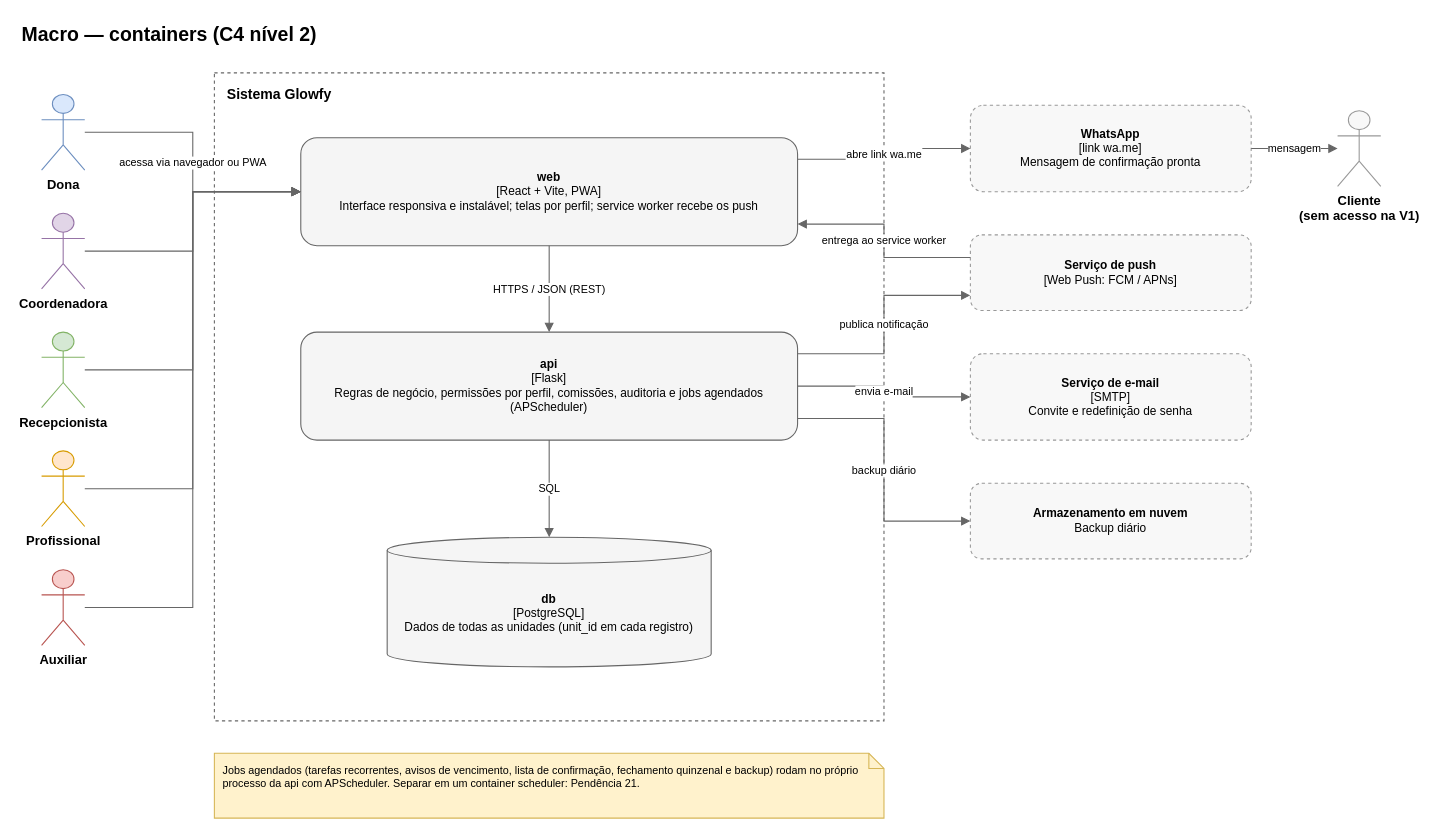
This is page "Macro" (2 of 17) of docs/domain/domain.drawio from vitrolagg/glowfy, a draw.io file, before an edit. Source tidied: cells renumbered, new cells numbered last; positions are measured from the earlier drawing's top-left corner, leaving out a move shared by most shapes. Both pictures are drawn from the tidied source at 108%, with x=0, y=0 at pixel (19, 18).
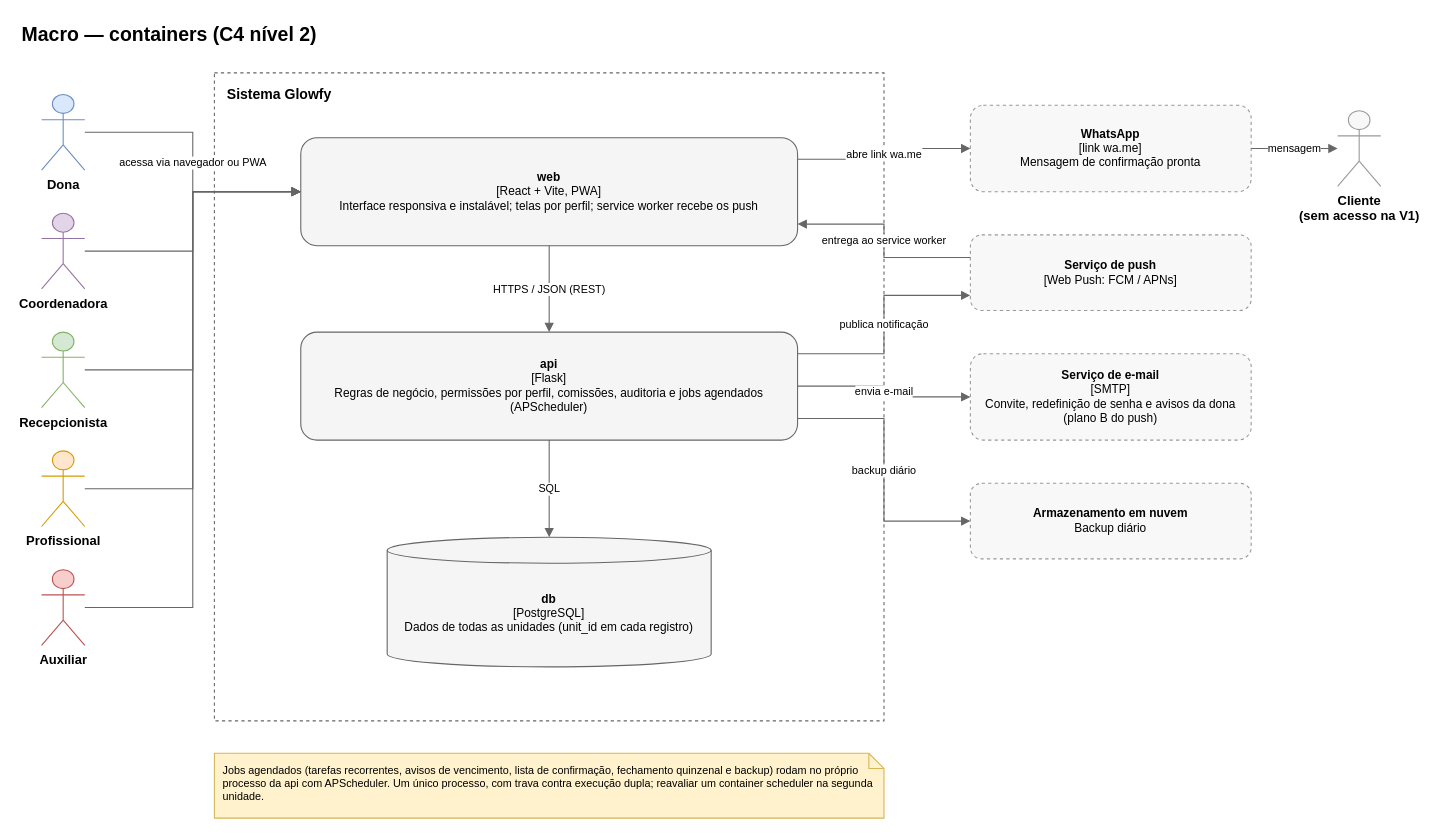
Above is the later version.

Diff of the diagram source:
```diff
@@
-    <mxCell id="14" value="&lt;b&gt;Serviço de e-mail&lt;/b&gt;&lt;br&gt;[SMTP]&lt;br&gt;Convite e redefinição de senha" style="rounded=1;whiteSpace=wrap;html=1;fillColor=#f8f8f8;strokeColor=#999999;fontSize=11;dashed=1;" parent="1" vertex="1">
+    <mxCell id="14" value="&lt;b&gt;Serviço de e-mail&lt;/b&gt;&lt;br&gt;[SMTP]&lt;br&gt;Convite, redefinição de senha e avisos da dona (plano B do push)" style="rounded=1;whiteSpace=wrap;html=1;fillColor=#f8f8f8;strokeColor=#999999;fontSize=11;dashed=1;" parent="1" vertex="1">
       <mxGeometry x="880" y="310" width="260" height="80" as="geometry" />
     </mxCell>
@@
-    <mxCell id="30" value="Jobs agendados (tarefas recorrentes, avisos de vencimento, lista de confirmação, fechamento quinzenal e backup) rodam no próprio processo da api com APScheduler. Separar em um container scheduler: Pendência 21." style="shape=note;whiteSpace=wrap;html=1;fillColor=#fff2cc;strokeColor=#d6b656;size=14;fontSize=10;align=left;verticalAlign=top;spacingLeft=6;spacingTop=4;" parent="1" vertex="1">
+    <mxCell id="30" value="Jobs agendados (tarefas recorrentes, avisos de vencimento, lista de confirmação, fechamento quinzenal e backup) rodam no próprio processo da api com APScheduler. Um único processo, com trava contra execução dupla; reavaliar um container scheduler na segunda unidade." style="shape=note;whiteSpace=wrap;html=1;fillColor=#fff2cc;strokeColor=#d6b656;size=14;fontSize=10;align=left;verticalAlign=top;spacingLeft=6;spacingTop=4;" parent="1" vertex="1">
       <mxGeometry x="180" y="680" width="620" height="60" as="geometry" />
     </mxCell>
```
